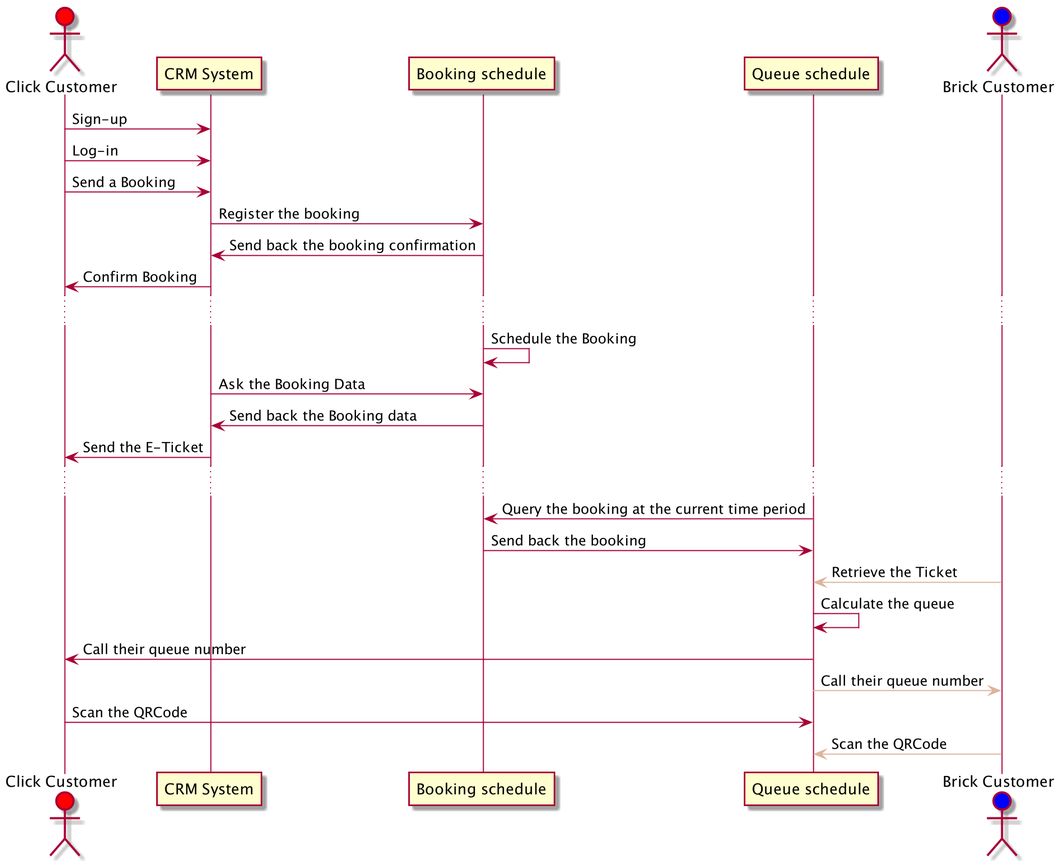
This is RASD/Images/sequence_diagram_customer.png from ZHANG-Y-D/RASD-DD-CLup-CustomersLineup, a PlantUML export, as it was before one commit.
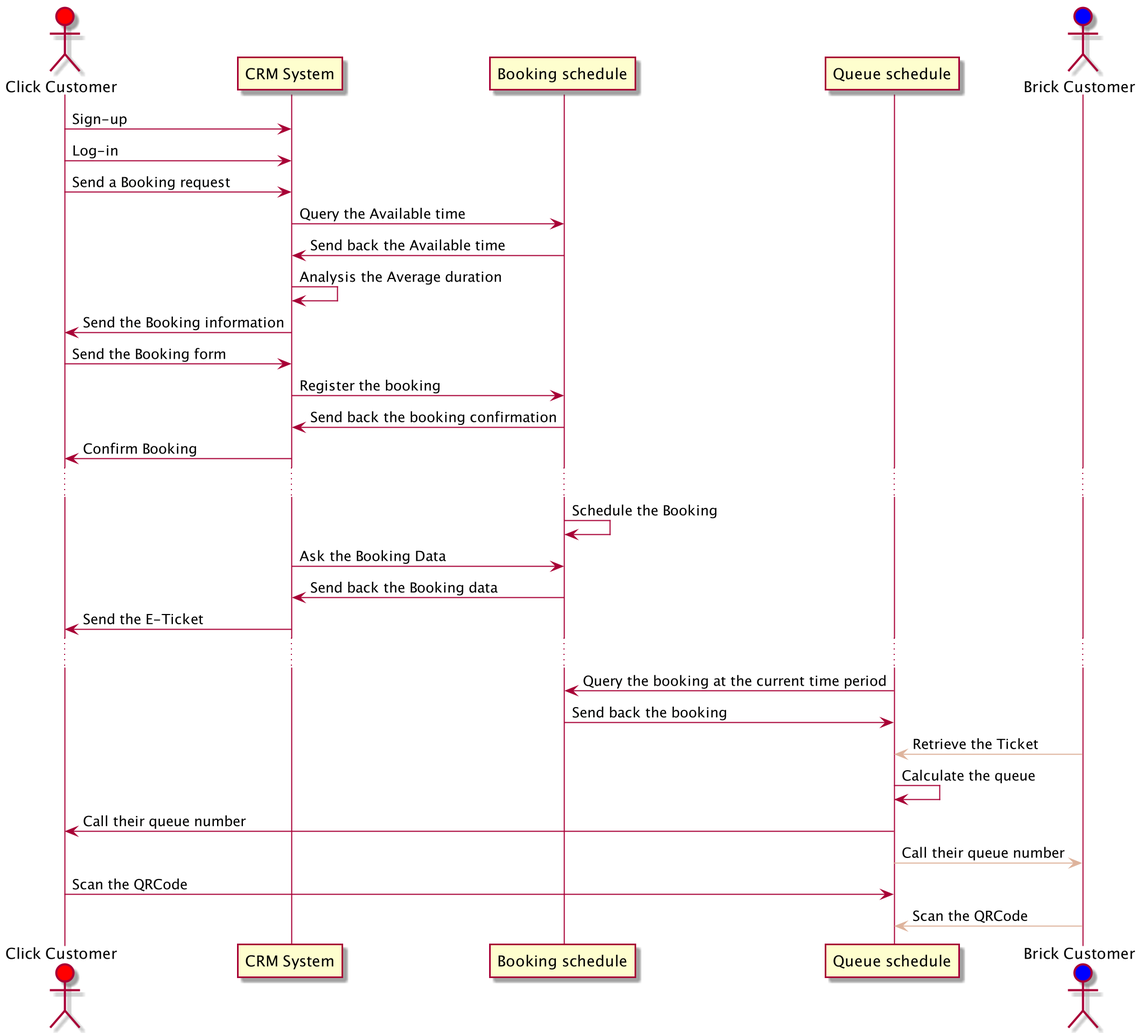
The same file after the commit.

Change to the diagram source:
```diff
@@ -8,7 +8,12 @@
 
 click->CRM: Sign-up
 click->CRM: Log-in
-click->CRM: Send a Booking
+click->CRM: Send a Booking request
+CRM -> booking: Query the Available time
+booking -> CRM: Send back the Available time
+CRM -> CRM: Analysis the Average duration
+CRM -> click: Send the Booking information
+click -> CRM: Send the Booking form
 CRM->booking: Register the booking
 booking->CRM: Send back the booking confirmation
 CRM->click: Confirm Booking
```
